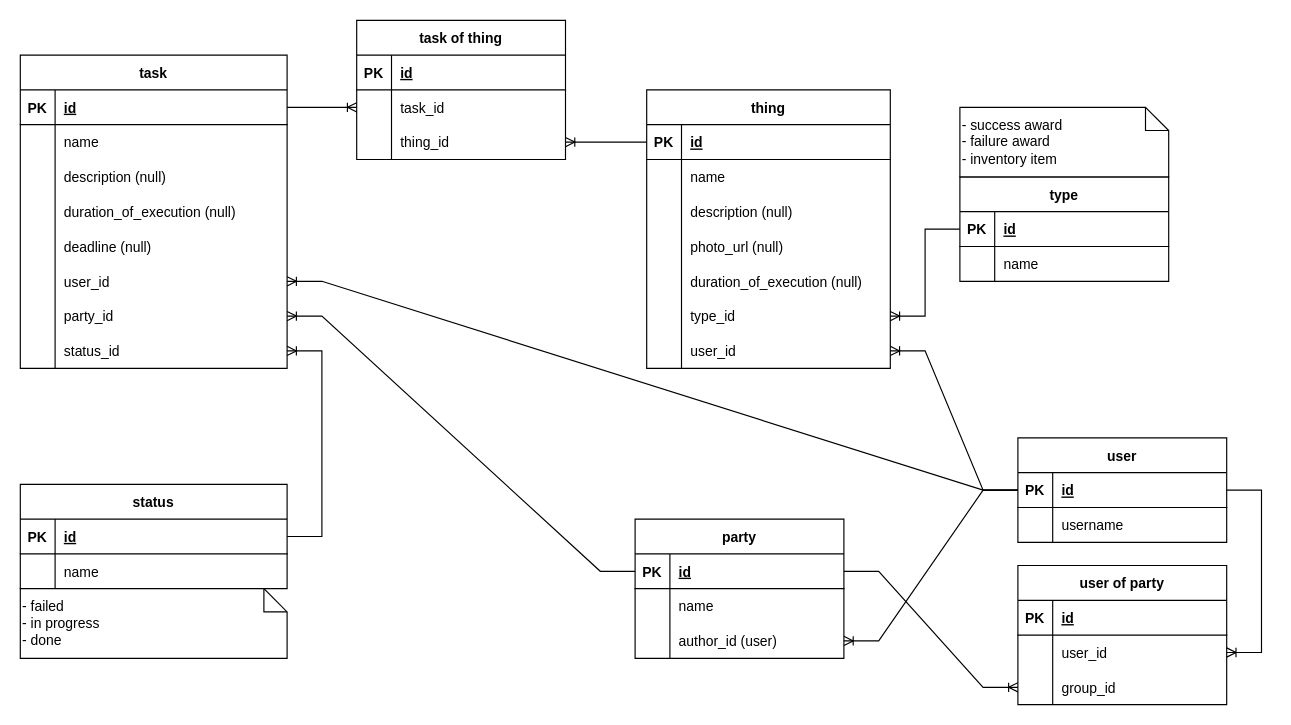
The draw.io diagram task-manager.drawio in Lucky2Bomb/task-manager, before the edit. Source tidied: cells renumbered, new cells numbered last; positions are measured from the earlier drawing's top-left corner, leaving out a move shared by most shapes. Both pictures are drawn from the tidied source at 116%, with x=0, y=0 at pixel (20, 20).
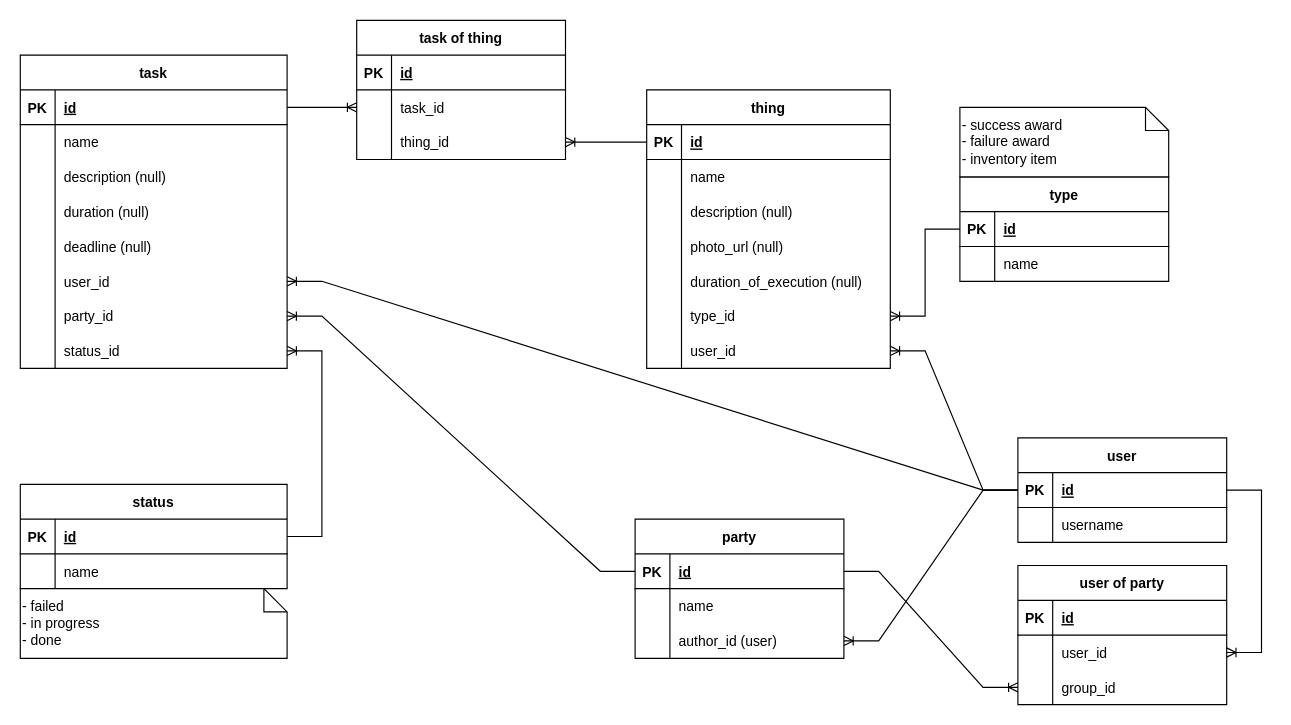
Above is the later version.

Unchanged cells that the change refers to:
```xml
<mxCell id="19" style="shape=tableRow;horizontal=0;startSize=0;swimlaneHead=0;swimlaneBody=0;fillColor=none;top=0;left=0;right=0;bottom=0;" parent="9" vertex="1">
  <mxGeometry y="120" width="230" height="30" as="geometry" />
</mxCell>
```

What changed in the source:
```diff
@@
-    <mxCell id="21" value="duration_of_execution (null)" style="shape=partialRectangle;fillColor=none;top=0;left=0;bottom=0;right=0;align=left;spacingLeft=6;overflow=hidden;" parent="19" vertex="1">
+    <mxCell id="21" value="duration (null)" style="shape=partialRectangle;fillColor=none;top=0;left=0;bottom=0;right=0;align=left;spacingLeft=6;overflow=hidden;" parent="19" vertex="1">
       <mxGeometry x="30" width="200" height="30" as="geometry" />
     </mxCell>
```
